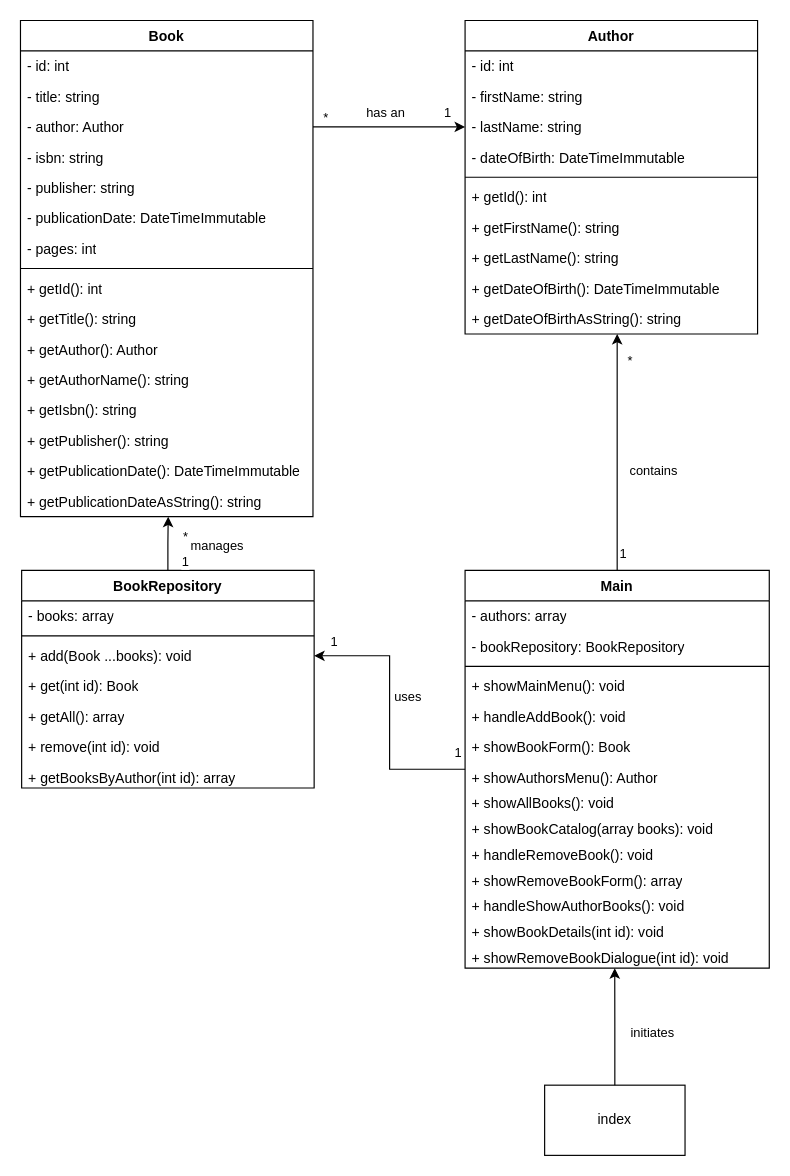
gglerum/php-lessen keeps this draw.io diagram as 04 - OOP 1/library1.drawio. Above is the earlier version. Source tidied: cells renumbered, new cells numbered last; positions are measured from the earlier drawing's top-left corner, leaving out a move shared by most shapes. Both pictures are drawn from the tidied source at 117%, with x=0, y=0 at pixel (20, 20).
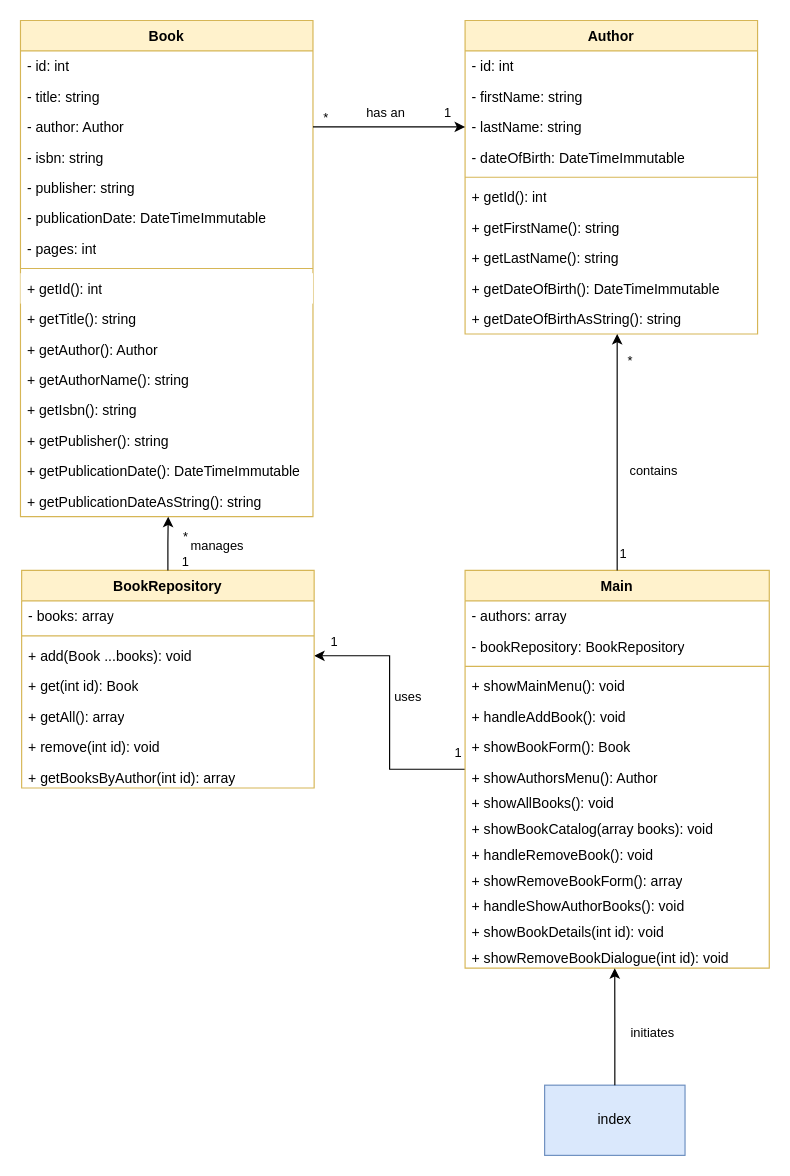
The same page after the edit.

Change to the diagram source:
```diff
@@
-    <mxCell id="2" value="Book" style="swimlane;fontStyle=1;align=center;verticalAlign=top;horizontal=1;startSize=26;whiteSpace=wrap;html=1;" parent="1" vertex="1">
+    <mxCell id="2" value="Book" style="swimlane;fontStyle=1;align=center;verticalAlign=top;horizontal=1;startSize=26;whiteSpace=wrap;html=1;fillColor=#fff2cc;strokeColor=#d6b656;" parent="1" vertex="1">
       <mxGeometry width="250" height="424" as="geometry" />
     </mxCell>
@@
-    <mxCell id="11" value="+ getId(): int" style="text;strokeColor=none;fillColor=none;align=left;verticalAlign=top;spacingLeft=4;spacingRight=4;overflow=hidden;whiteSpace=wrap;html=1;" parent="2" vertex="1">
+    <mxCell id="11" value="+ getId(): int" style="text;strokeColor=none;fillColor=default;align=left;verticalAlign=top;spacingLeft=4;spacingRight=4;overflow=hidden;whiteSpace=wrap;html=1;" parent="2" vertex="1">
       <mxGeometry y="216" width="250" height="26" as="geometry" />
     </mxCell>
@@
-    <mxCell id="19" value="Author" style="swimlane;fontStyle=1;align=center;verticalAlign=top;horizontal=1;startSize=26;whiteSpace=wrap;html=1;" parent="1" vertex="1">
+    <mxCell id="19" value="Author" style="swimlane;fontStyle=1;align=center;verticalAlign=top;horizontal=1;startSize=26;whiteSpace=wrap;html=1;fillColor=#fff2cc;strokeColor=#d6b656;" parent="1" vertex="1">
       <mxGeometry x="380" width="250" height="268" as="geometry" />
     </mxCell>
@@
-    <mxCell id="38" value="Main" style="swimlane;fontStyle=1;align=center;verticalAlign=top;horizontal=1;startSize=26;whiteSpace=wrap;html=1;" parent="1" vertex="1">
+    <mxCell id="38" value="Main" style="swimlane;fontStyle=1;align=center;verticalAlign=top;horizontal=1;startSize=26;whiteSpace=wrap;html=1;fillColor=#fff2cc;strokeColor=#d6b656;" parent="1" vertex="1">
       <mxGeometry x="380" y="470" width="260" height="340" as="geometry" />
     </mxCell>
@@
-    <mxCell id="53" value="BookRepository" style="swimlane;fontStyle=1;align=center;verticalAlign=top;horizontal=1;startSize=26;whiteSpace=wrap;html=1;" parent="1" vertex="1">
+    <mxCell id="53" value="BookRepository" style="swimlane;fontStyle=1;align=center;verticalAlign=top;horizontal=1;startSize=26;whiteSpace=wrap;html=1;fillColor=#fff2cc;strokeColor=#d6b656;" parent="1" vertex="1">
       <mxGeometry x="1" y="470" width="250" height="186" as="geometry" />
     </mxCell>
@@
-    <mxCell id="65" value="index" style="rounded=0;whiteSpace=wrap;html=1;" parent="1" vertex="1">
+    <mxCell id="65" value="index" style="rounded=0;whiteSpace=wrap;html=1;fillColor=#dae8fc;strokeColor=#6c8ebf;" parent="1" vertex="1">
       <mxGeometry x="448" y="910" width="120" height="60" as="geometry" />
     </mxCell>
```
